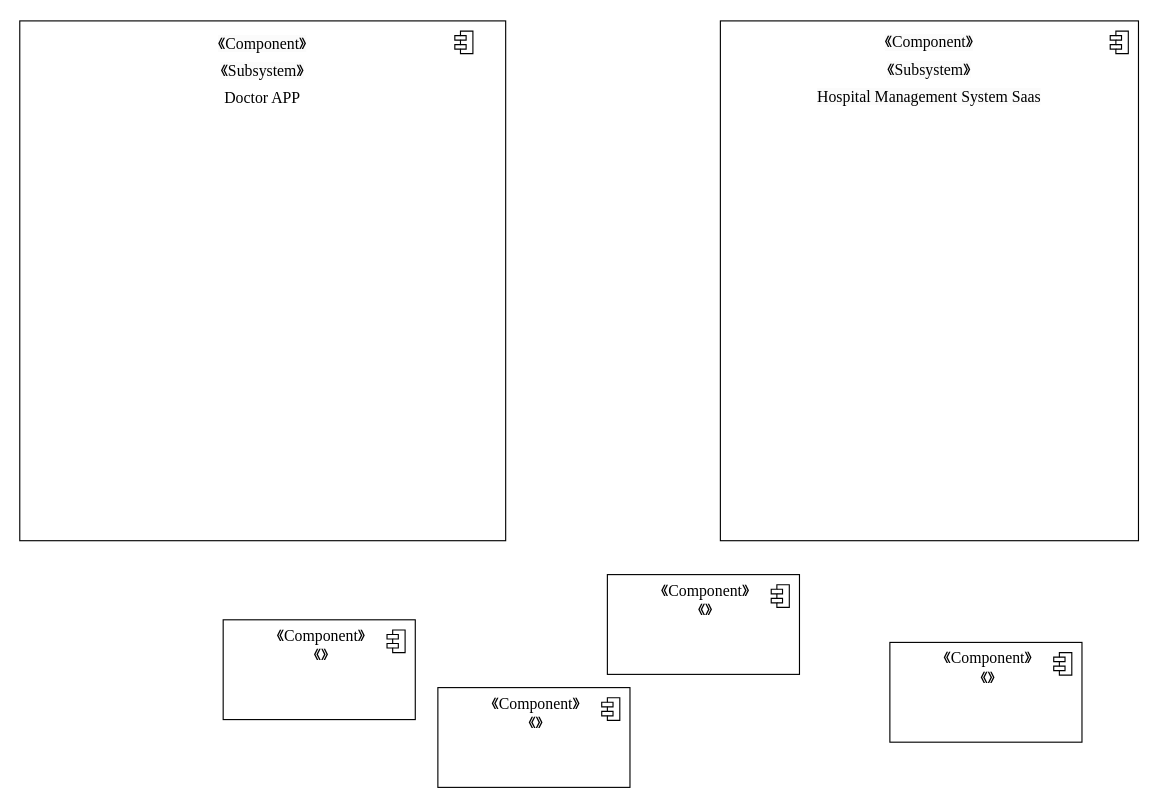
Above: Architecture of Subsystem.drawio in FOMOKN/Software-Engineering (draw.io), before the change. Source tidied: cells renumbered, new cells numbered last; positions are measured from the earlier drawing's top-left corner, leaving out a move shared by most shapes. Both pictures are drawn from the tidied source at 113%, with x=0, y=0 at pixel (19, 19).
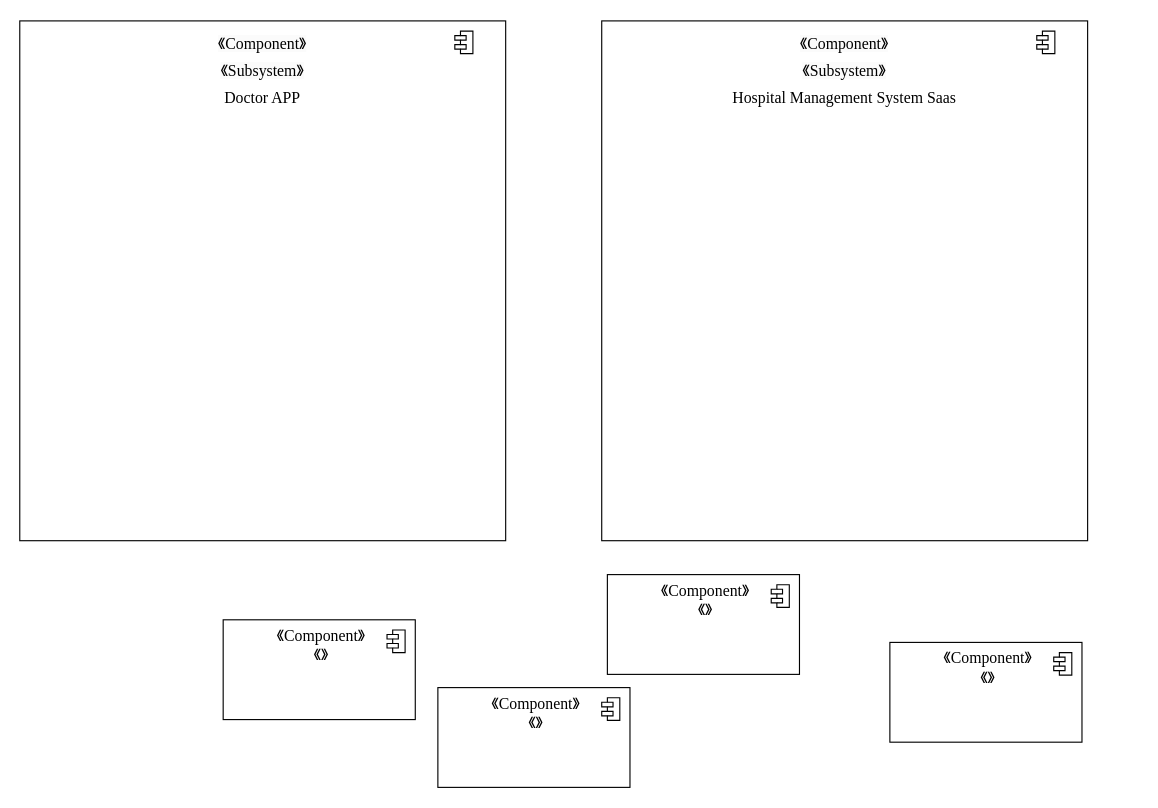
Above is the later version.

The edit, as a diff of the source:
```diff
@@
-    <mxCell id="4" style="fontStyle=1;align=center;verticalAlign=top;horizontal=1;" parent="1" vertex="1">
-      <mxGeometry x="620" y="1" width="370" height="460" as="geometry" />
-    </mxCell>
-    <mxCell id="5" style="html=1;align=center;spacingLeft=4;verticalAlign=top;strokeColor=none;fillColor=none;whiteSpace=wrap;" parent="4" vertex="1">
-      <mxGeometry width="370" height="460" as="geometry" />
-    </mxCell>
-    <mxCell id="6" style="shape=module;jettyWidth=10;jettyHeight=4;" parent="5" vertex="1">
-      <mxGeometry x="1" width="16" height="20" relative="1" as="geometry">
-        <mxPoint x="-25" y="9" as="offset" />
-      </mxGeometry>
-    </mxCell>
-    <mxCell id="7" value="&lt;span style=&quot;color: rgb(0, 0, 0); font-family: &amp;quot;Times New Roman&amp;quot;; font-size: 14px; font-style: normal; font-variant-ligatures: normal; font-variant-caps: normal; font-weight: 400; letter-spacing: normal; orphans: 2; text-indent: 0px; text-transform: none; widows: 2; word-spacing: 0px; -webkit-text-stroke-width: 0px; background-color: rgb(251, 251, 251); text-decoration-thickness: initial; text-decoration-style: initial; text-decoration-color: initial; float: none; display: inline !important;&quot;&gt;《Component》&lt;/span&gt;&lt;br style=&quot;border-color: var(--border-color); color: rgb(0, 0, 0); font-family: &amp;quot;Times New Roman&amp;quot;; font-size: 14px; font-style: normal; font-variant-ligatures: normal; font-variant-caps: normal; font-weight: 400; letter-spacing: normal; orphans: 2; text-indent: 0px; text-transform: none; widows: 2; word-spacing: 0px; -webkit-text-stroke-width: 0px; background-color: rgb(251, 251, 251); text-decoration-thickness: initial; text-decoration-style: initial; text-decoration-color: initial;&quot;&gt;&lt;span style=&quot;color: rgb(0, 0, 0); font-family: &amp;quot;Times New Roman&amp;quot;; font-size: 14px; font-style: normal; font-variant-ligatures: normal; font-variant-caps: normal; font-weight: 400; letter-spacing: normal; orphans: 2; text-indent: 0px; text-transform: none; widows: 2; word-spacing: 0px; -webkit-text-stroke-width: 0px; background-color: rgb(251, 251, 251); text-decoration-thickness: initial; text-decoration-style: initial; text-decoration-color: initial; float: none; display: inline !important;&quot;&gt;《Subsystem》&lt;/span&gt;&lt;br style=&quot;border-color: var(--border-color); color: rgb(0, 0, 0); font-family: &amp;quot;Times New Roman&amp;quot;; font-size: 14px; font-style: normal; font-variant-ligatures: normal; font-variant-caps: normal; font-weight: 400; letter-spacing: normal; orphans: 2; text-indent: 0px; text-transform: none; widows: 2; word-spacing: 0px; -webkit-text-stroke-width: 0px; background-color: rgb(251, 251, 251); text-decoration-thickness: initial; text-decoration-style: initial; text-decoration-color: initial;&quot;&gt;&lt;span style=&quot;color: rgb(0, 0, 0); font-family: &amp;quot;Times New Roman&amp;quot;; font-size: 14px; font-style: normal; font-variant-ligatures: normal; font-variant-caps: normal; font-weight: 400; letter-spacing: normal; orphans: 2; text-indent: 0px; text-transform: none; widows: 2; word-spacing: 0px; -webkit-text-stroke-width: 0px; background-color: rgb(251, 251, 251); text-decoration-thickness: initial; text-decoration-style: initial; text-decoration-color: initial; float: none; display: inline !important;&quot;&gt;Hospital Management System Saas&lt;/span&gt;" style="text;whiteSpace=wrap;html=1;fontSize=20;fontFamily=Architects Daughter;align=center;" parent="5" vertex="1">
-      <mxGeometry x="70" y="-1" width="230" height="100" as="geometry" />
-    </mxCell>
@@
+    <mxCell id="21" style="align=center;verticalAlign=top;horizontal=1;" parent="1" vertex="1">
+      <mxGeometry x="515" y="1" width="430" height="460" as="geometry" />
+    </mxCell>
+    <mxCell id="7" value="&lt;font style=&quot;font-size: 14px;&quot; face=&quot;Times New Roman&quot;&gt;&lt;font style=&quot;font-size: 14px;&quot;&gt;&lt;span style=&quot;color: rgb(0, 0, 0); font-style: normal; font-variant-ligatures: normal; font-variant-caps: normal; font-weight: 400; letter-spacing: normal; orphans: 2; text-indent: 0px; text-transform: none; widows: 2; word-spacing: 0px; -webkit-text-stroke-width: 0px; background-color: rgb(251, 251, 251); text-decoration-thickness: initial; text-decoration-style: initial; text-decoration-color: initial; float: none; display: inline !important;&quot;&gt;《Component》&lt;/span&gt;&lt;br style=&quot;border-color: var(--border-color); color: rgb(0, 0, 0); font-style: normal; font-variant-ligatures: normal; font-variant-caps: normal; font-weight: 400; letter-spacing: normal; orphans: 2; text-indent: 0px; text-transform: none; widows: 2; word-spacing: 0px; -webkit-text-stroke-width: 0px; background-color: rgb(251, 251, 251); text-decoration-thickness: initial; text-decoration-style: initial; text-decoration-color: initial;&quot;&gt;&lt;span style=&quot;color: rgb(0, 0, 0); font-style: normal; font-variant-ligatures: normal; font-variant-caps: normal; font-weight: 400; letter-spacing: normal; orphans: 2; text-indent: 0px; text-transform: none; widows: 2; word-spacing: 0px; -webkit-text-stroke-width: 0px; background-color: rgb(251, 251, 251); text-decoration-thickness: initial; text-decoration-style: initial; text-decoration-color: initial; float: none; display: inline !important;&quot;&gt;《Subsystem》&lt;/span&gt;&lt;br style=&quot;border-color: var(--border-color); color: rgb(0, 0, 0); font-style: normal; font-variant-ligatures: normal; font-variant-caps: normal; font-weight: 400; letter-spacing: normal; orphans: 2; text-indent: 0px; text-transform: none; widows: 2; word-spacing: 0px; -webkit-text-stroke-width: 0px; background-color: rgb(251, 251, 251); text-decoration-thickness: initial; text-decoration-style: initial; text-decoration-color: initial;&quot;&gt;&lt;/font&gt;Hospital Management System Saas&lt;/font&gt;&lt;font style=&quot;font-size: 14px;&quot; face=&quot;Times New Roman&quot;&gt;&lt;br&gt;&lt;/font&gt;" style="text;whiteSpace=wrap;html=1;fontSize=20;fontFamily=Architects Daughter;align=center;" parent="21" vertex="1">
+      <mxGeometry width="430" height="460" as="geometry" />
+    </mxCell>
+    <mxCell id="22" style="shape=module;jettyWidth=10;jettyHeight=4;" parent="1" vertex="1">
+      <mxGeometry x="900" y="10" width="16" height="20" as="geometry">
+        <mxPoint x="-25" y="9" as="offset" />
+      </mxGeometry>
+    </mxCell>
```
